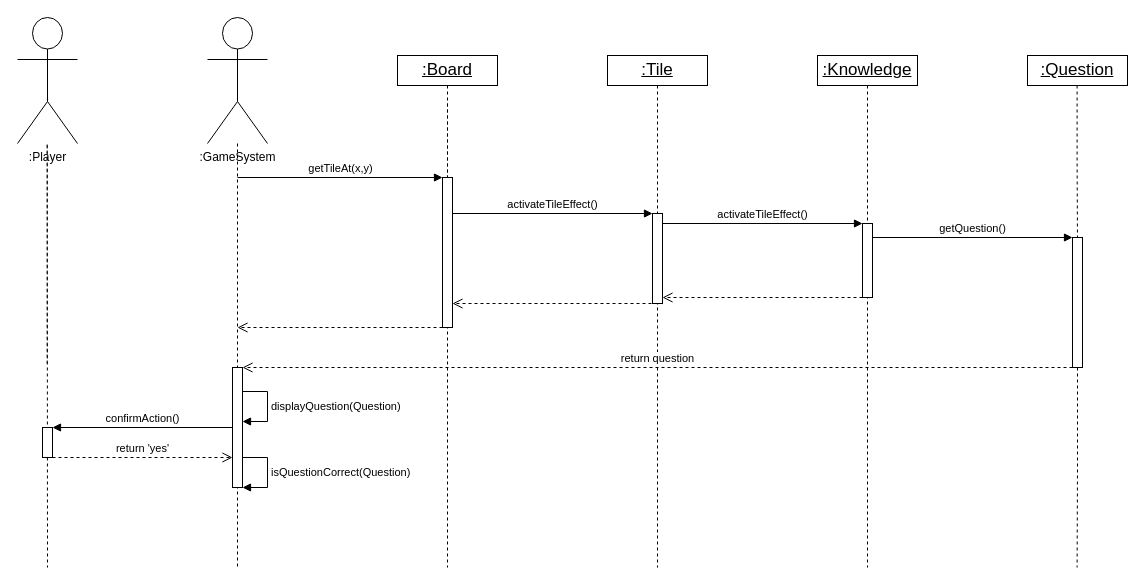
Before: page "Encounter Knowledge" (4 of 5) of Deliverables/Semester 1/PDF Report/Diagrams/Sequence Diagrams/Peter's Sequence diagrams.drawio in Xelodico/engineers-without-borders, a draw.io diagram. Source tidied: cells renumbered, new cells numbered last; positions are measured from the earlier drawing's top-left corner, leaving out a move shared by most shapes. Both pictures are drawn from the tidied source at 100%, with x=0, y=0 at pixel (17, 17).
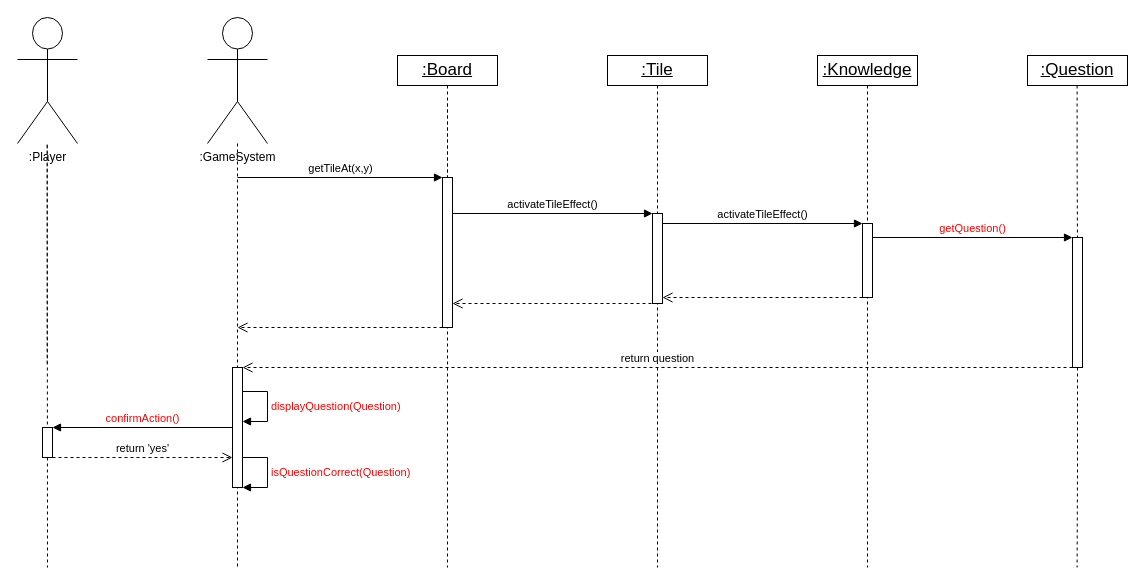
The same diagram, later.

What changed in the source:
```diff
@@
-    <mxCell id="21" value="confirmAction()" style="html=1;verticalAlign=bottom;endArrow=block;curved=0;rounded=0;entryX=1;entryY=0;entryDx=0;entryDy=5;entryPerimeter=0;" parent="1" edge="1">
+    <mxCell id="21" value="confirmAction()" style="html=1;verticalAlign=bottom;endArrow=block;curved=0;rounded=0;entryX=1;entryY=0;entryDx=0;entryDy=5;entryPerimeter=0;fontColor=#FF0000;" parent="1" edge="1">
       <mxGeometry relative="1" as="geometry">
         <mxPoint x="215" y="410" as="sourcePoint" />
         <mxPoint x="35" y="410" as="targetPoint" />
       </mxGeometry>
     </mxCell>
@@
-    <mxCell id="24" value="displayQuestion(Question)" style="html=1;align=left;spacingLeft=2;endArrow=block;rounded=0;edgeStyle=orthogonalEdgeStyle;curved=0;rounded=0;" parent="1" edge="1">
+    <mxCell id="24" value="displayQuestion(Question)" style="html=1;align=left;spacingLeft=2;endArrow=block;rounded=0;edgeStyle=orthogonalEdgeStyle;curved=0;rounded=0;fontColor=#FF0000;" parent="1" edge="1">
       <mxGeometry relative="1" as="geometry">
         <mxPoint x="225" y="374" as="sourcePoint" />
         <mxPoint x="225" y="404" as="targetPoint" />
         <Array as="points">
           <mxPoint x="250" y="404" />
         </Array>
       </mxGeometry>
     </mxCell>
@@
-    <mxCell id="29" value="getQuestion()" style="html=1;verticalAlign=bottom;endArrow=block;curved=0;rounded=0;" parent="1" edge="1">
+    <mxCell id="29" value="getQuestion()" style="html=1;verticalAlign=bottom;endArrow=block;curved=0;rounded=0;fontColor=#FF0000;" parent="1" edge="1">
       <mxGeometry relative="1" as="geometry">
         <mxPoint x="855" y="220" as="sourcePoint" />
         <mxPoint x="1055" y="220" as="targetPoint" />
       </mxGeometry>
     </mxCell>
@@
-    <mxCell id="33" value="isQuestionCorrect(Question)" style="html=1;align=left;spacingLeft=2;endArrow=block;rounded=0;edgeStyle=orthogonalEdgeStyle;curved=0;rounded=0;" parent="1" edge="1">
+    <mxCell id="33" value="isQuestionCorrect(Question)" style="html=1;align=left;spacingLeft=2;endArrow=block;rounded=0;edgeStyle=orthogonalEdgeStyle;curved=0;rounded=0;fontColor=#FF0000;" parent="1" edge="1">
       <mxGeometry relative="1" as="geometry">
         <mxPoint x="225" y="440" as="sourcePoint" />
         <mxPoint x="225" y="470" as="targetPoint" />
         <Array as="points">
           <mxPoint x="250" y="470" />
         </Array>
       </mxGeometry>
     </mxCell>
```
